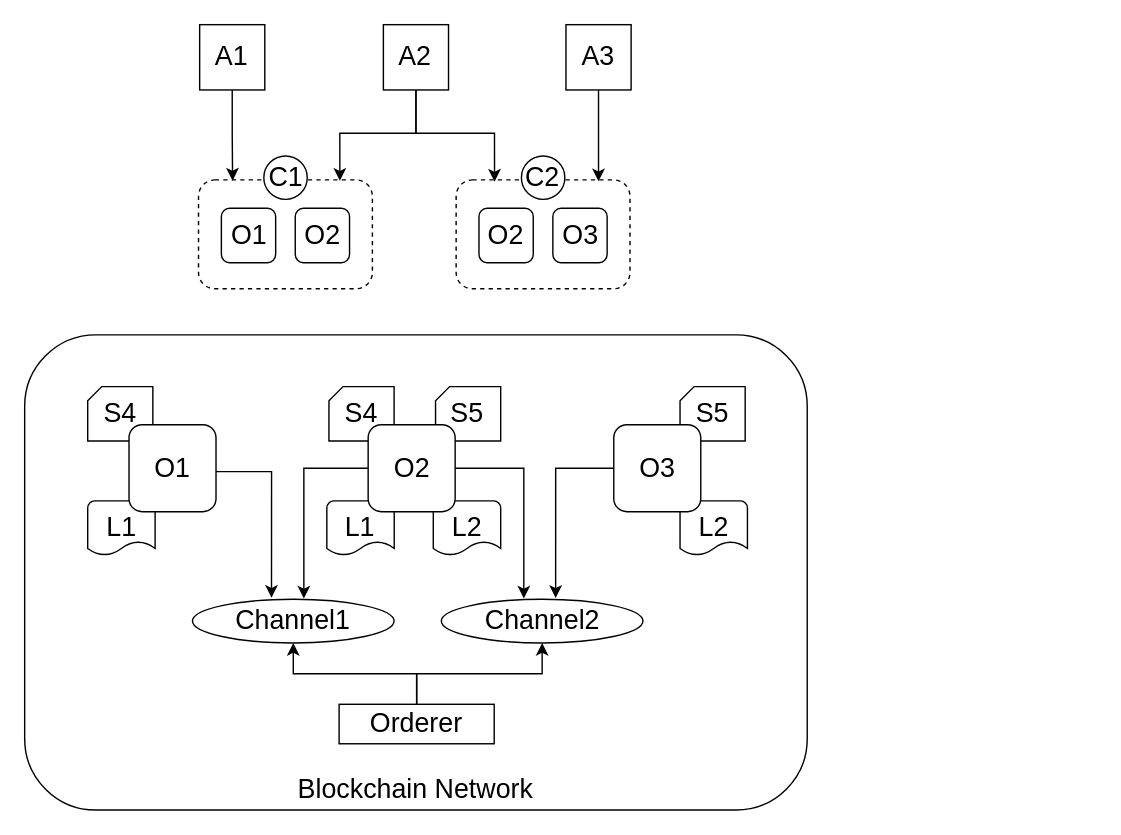
guanpengchn/draw.io keeps this draw.io diagram as page "4.6" (6 of 10) of graduation/第四章.drawio. Above is the earlier version. Source tidied: cells renumbered, new cells numbered last; positions are measured from the earlier drawing's top-left corner, leaving out a move shared by most shapes. Both pictures are drawn from the tidied source at 141%, with x=0, y=0 at pixel (24, 24).
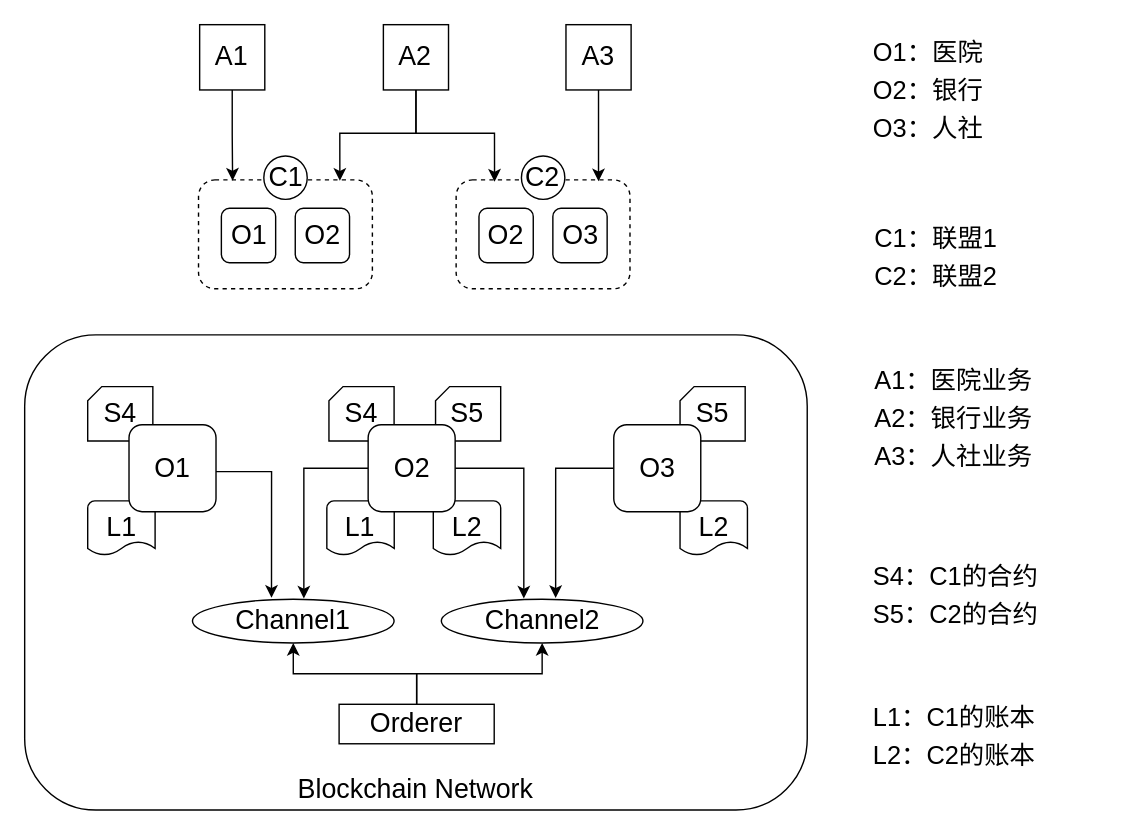
After the change.

Change to the diagram source:
```diff
@@
+    <mxCell id="38" value="&lt;font style=&quot;font-size: 18px; line-height: 150%;&quot;&gt;O1：医院&lt;br style=&quot;font-size: 18px;&quot;&gt;O2：银行&lt;br style=&quot;font-size: 18px;&quot;&gt;O3：人社&lt;br style=&quot;font-size: 18px;&quot;&gt;&lt;br style=&quot;font-size: 18px;&quot;&gt;&lt;br style=&quot;font-size: 18px;&quot;&gt;&lt;/font&gt;" style="text;html=1;strokeColor=none;fillColor=none;align=left;verticalAlign=top;whiteSpace=wrap;rounded=0;fontSize=18;" parent="1" vertex="1">
+      <mxGeometry x="600" width="88" height="85" as="geometry" />
+    </mxCell>
+    <mxCell id="39" value="&lt;font style=&quot;font-size: 18px; line-height: 150%;&quot;&gt;&lt;span style=&quot;font-size: 18px;&quot;&gt;C1：联盟1&lt;/span&gt;&lt;br style=&quot;font-size: 18px;&quot;&gt;&lt;span style=&quot;font-size: 18px;&quot;&gt;C2：联盟2&lt;/span&gt;&lt;br style=&quot;font-size: 18px;&quot;&gt;&lt;br style=&quot;font-size: 18px;&quot;&gt;&lt;br style=&quot;font-size: 18px;&quot;&gt;&lt;/font&gt;" style="text;html=1;strokeColor=none;fillColor=none;align=left;verticalAlign=top;whiteSpace=wrap;rounded=0;fontSize=18;" parent="1" vertex="1">
+      <mxGeometry x="600.5" y="131.5" width="95" height="85" as="geometry" />
+    </mxCell>
+    <mxCell id="40" value="&lt;font style=&quot;font-size: 18px; line-height: 150%;&quot;&gt;A1：医院业务&lt;br style=&quot;font-size: 18px;&quot;&gt;A2：银行业务&lt;br style=&quot;font-size: 18px;&quot;&gt;A3：人社业务&lt;br style=&quot;font-size: 18px;&quot;&gt;&lt;br style=&quot;font-size: 18px;&quot;&gt;&lt;br style=&quot;font-size: 18px;&quot;&gt;&lt;/font&gt;" style="text;html=1;strokeColor=none;fillColor=none;align=left;verticalAlign=top;whiteSpace=wrap;rounded=0;fontSize=18;" parent="1" vertex="1">
+      <mxGeometry x="600.5" y="232.5" width="118" height="85" as="geometry" />
+    </mxCell>
+    <mxCell id="41" value="&lt;font style=&quot;font-size: 18px ; line-height: 150%&quot;&gt;S4：C1的合约&lt;br style=&quot;font-size: 18px&quot;&gt;S5：C2的合约&lt;br style=&quot;font-size: 18px&quot;&gt;&lt;br style=&quot;font-size: 18px&quot;&gt;&lt;/font&gt;" style="text;html=1;strokeColor=none;fillColor=none;align=left;verticalAlign=top;whiteSpace=wrap;rounded=0;fontSize=18;" parent="1" vertex="1">
+      <mxGeometry x="600" y="371.5" width="156" height="85" as="geometry" />
+    </mxCell>
+    <mxCell id="42" value="&lt;font style=&quot;font-size: 18px ; line-height: 150%&quot;&gt;L1：C1的账本&lt;br style=&quot;font-size: 18px&quot;&gt;L2：C2的账本&lt;br style=&quot;font-size: 18px&quot;&gt;&lt;/font&gt;" style="text;html=1;strokeColor=none;fillColor=none;align=left;verticalAlign=top;whiteSpace=wrap;rounded=0;fontSize=18;" parent="1" vertex="1">
+      <mxGeometry x="600" y="471.5" width="160" height="65" as="geometry" />
+    </mxCell>
```
